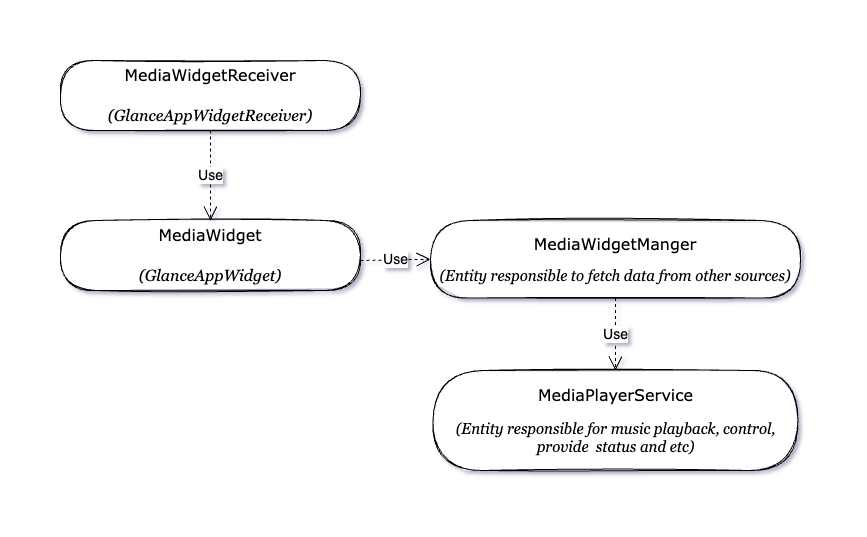
This is Glance/docs/glance_widget_app_arch.png from sridhar-sp/android-playground, a draw.io export, as it was before one commit. Source tidied: cells renumbered, new cells last; positions are measured from the earlier drawing's top-left corner, leaving out a move shared by most shapes.
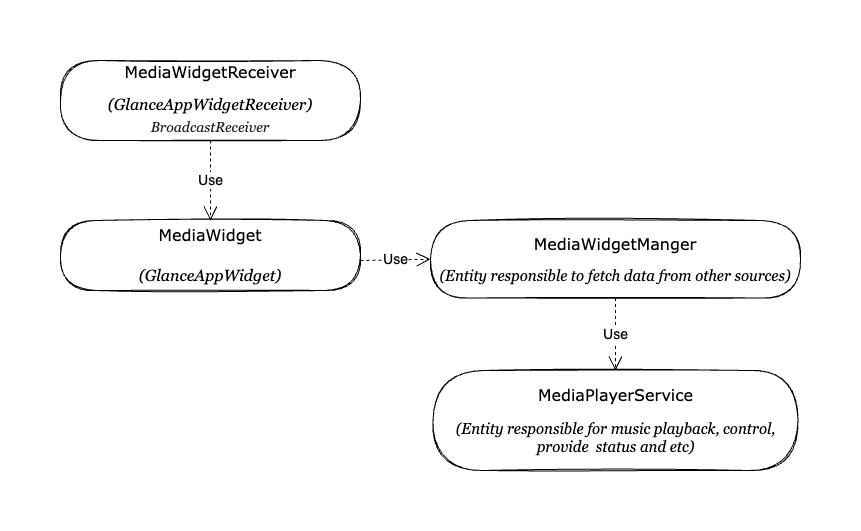
After the change.

Diff of the diagram source:
```diff
@@ -2,8 +2,8 @@
   <root>
     <mxCell id="0" />
     <mxCell id="1" parent="0" />
-    <mxCell id="2" value="&lt;font style=&quot;font-size: 16px;&quot;&gt;&lt;font face=&quot;Verdana&quot;&gt;MediaWidgetReceiver&lt;/font&gt;&lt;br&gt;&lt;br&gt;&lt;i&gt;&lt;font face=&quot;Georgia&quot;&gt;(GlanceAppWidgetReceiver)&lt;/font&gt;&lt;/i&gt;&lt;br&gt;&lt;/font&gt;" style="rounded=1;html=1;arcSize=50;shadow=0;sketch=1;glass=0;gradientColor=none;whiteSpace=wrap;labelBorderColor=none;labelBackgroundColor=none;" parent="1" vertex="1">
-      <mxGeometry width="300" height="70" as="geometry" />
+    <mxCell id="2" value="&lt;font style=&quot;&quot;&gt;&lt;font style=&quot;font-size: 16px;&quot; face=&quot;Verdana&quot;&gt;MediaWidgetReceiver&lt;/font&gt;&lt;br&gt;&lt;br&gt;&lt;i style=&quot;font-size: 16px;&quot;&gt;&lt;font face=&quot;Georgia&quot;&gt;(GlanceAppWidgetReceiver)&lt;br&gt;&lt;/font&gt;&lt;/i&gt;&lt;font color=&quot;#1f1f1f&quot; face=&quot;Georgia&quot; style=&quot;font-size: 14px;&quot;&gt;&lt;i style=&quot;line-height: 1.7;&quot;&gt;BroadcastReceiver&lt;/i&gt;&lt;/font&gt;&lt;br&gt;&lt;/font&gt;" style="rounded=1;html=1;arcSize=50;shadow=0;sketch=1;glass=0;gradientColor=none;whiteSpace=wrap;labelBorderColor=none;labelBackgroundColor=none;" parent="1" vertex="1">
+      <mxGeometry width="300" height="80" as="geometry" />
     </mxCell>
     <mxCell id="3" value="&lt;font style=&quot;font-size: 16px;&quot;&gt;&lt;font face=&quot;Verdana&quot;&gt;MediaWidget&lt;/font&gt;&lt;br&gt;&lt;br&gt;&lt;i&gt;&lt;font face=&quot;Georgia&quot;&gt;(GlanceAppWidget)&lt;/font&gt;&lt;/i&gt;&lt;br&gt;&lt;/font&gt;" style="rounded=1;whiteSpace=wrap;html=1;arcSize=50;shadow=0;sketch=1;glass=0;gradientColor=none;" parent="1" vertex="1">
       <mxGeometry y="160" width="300" height="70" as="geometry" />
```
